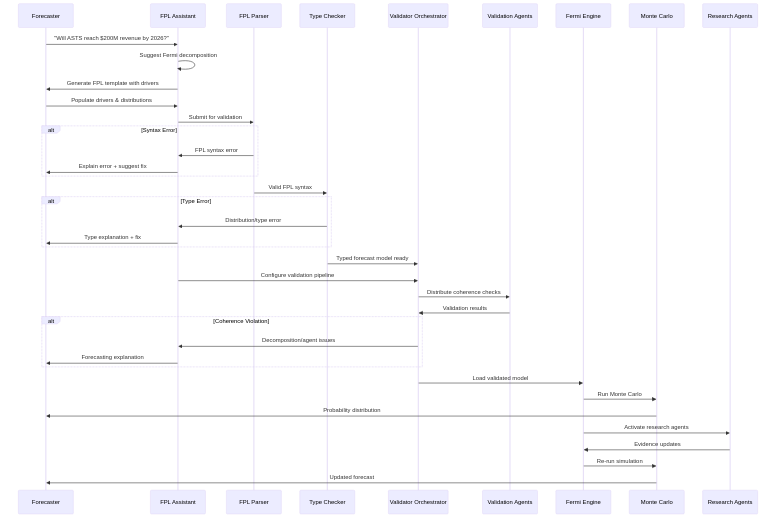
The Mermaid diagram rendered_output/charts/diagram-2.png in Replicant-Partners/fermi, before a commit. Its source is kept beside it as rendered_output/charts/diagram-2.mmd.
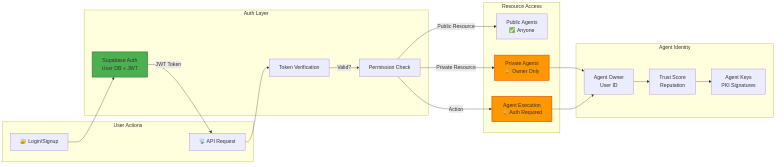
After the change.

The edit, as a diff of the source:
```diff
@@ -20,53 +20,46 @@
       'fontSize': '14px'
     }
   }
-}%%sequenceDiagram
-    participant F as Forecaster
-    participant FCA as FPL Assistant
-    participant Parser as FPL Parser
-    participant TypeChk as Type Checker
-    participant Orch as Validator Orchestrator
-    participant VA as Validation Agents
-    participant Eng as Fermi Engine
-    participant Sim as Monte Carlo
-    participant RA as Research Agents
-
-    F->>FCA: "Will ASTS reach $200M revenue by 2026?"
-    FCA->>FCA: Suggest Fermi decomposition
-    FCA->>F: Generate FPL template with drivers
-
-    F->>FCA: Populate drivers & distributions
-    FCA->>Parser: Submit for validation
-
-    alt Syntax Error
-        Parser->>FCA: FPL syntax error
-        FCA->>F: Explain error + suggest fix
+}%%graph LR
+    subgraph "User Actions"
+        Login[🔐 Login/Signup]
+        Request[📡 API Request]
     end
 
-    Parser->>TypeChk: Valid FPL syntax
-
-    alt Type Error
-        TypeChk->>FCA: Distribution/type error
-        FCA->>F: Type explanation + fix
+    subgraph "Auth Layer"
+        Supabase[Supabase Auth<br/>User DB + JWT]
+        Verify[Token Verification]
+        Permissions[Permission Check]
     end
 
-    TypeChk->>Orch: Typed forecast model ready
-
-    FCA->>Orch: Configure validation pipeline
-
-    Orch->>VA: Distribute coherence checks
-    VA->>Orch: Validation results
-
-    alt Coherence Violation
-        Orch->>FCA: Decomposition/agent issues
-        FCA->>F: Forecasting explanation
+    subgraph "Resource Access"
+        Public[Public Agents<br/>✅ Anyone]
+        Private[Private Agents<br/>🔒 Owner Only]
+        Execute[Agent Execution<br/>🔒 Auth Required]
     end
 
-    Orch->>Eng: Load validated model
-    Eng->>Sim: Run Monte Carlo
-    Sim->>F: Probability distribution
+    subgraph "Agent Identity"
+        Owner[Agent Owner<br/>User ID]
+        Trust[Trust Score<br/>Reputation]
+        Keys[Agent Keys<br/>PKI Signatures]
+    end
 
-    Eng->>RA: Activate research agents
-    RA->>Eng: Evidence updates
-    Eng->>Sim: Re-run simulation
-    Sim->>F: Updated forecast
+    Login --> Supabase
+    Supabase --> |JWT Token| Request
+
+    Request --> Verify
+    Verify --> |Valid?| Permissions
+
+    Permissions --> |Public Resource| Public
+    Permissions --> |Private Resource| Private
+    Permissions --> |Action| Execute
+
+    Private --> Owner
+    Execute --> Owner
+
+    Owner --> Trust
+    Trust --> Keys
+
+    style Supabase fill:#4caf50,stroke:#2e7d32,stroke-width:2px
+    style Private fill:#ff9800,stroke:#e65100,stroke-width:2px
+    style Execute fill:#ff9800,stroke:#e65100,stroke-width:2px
```
